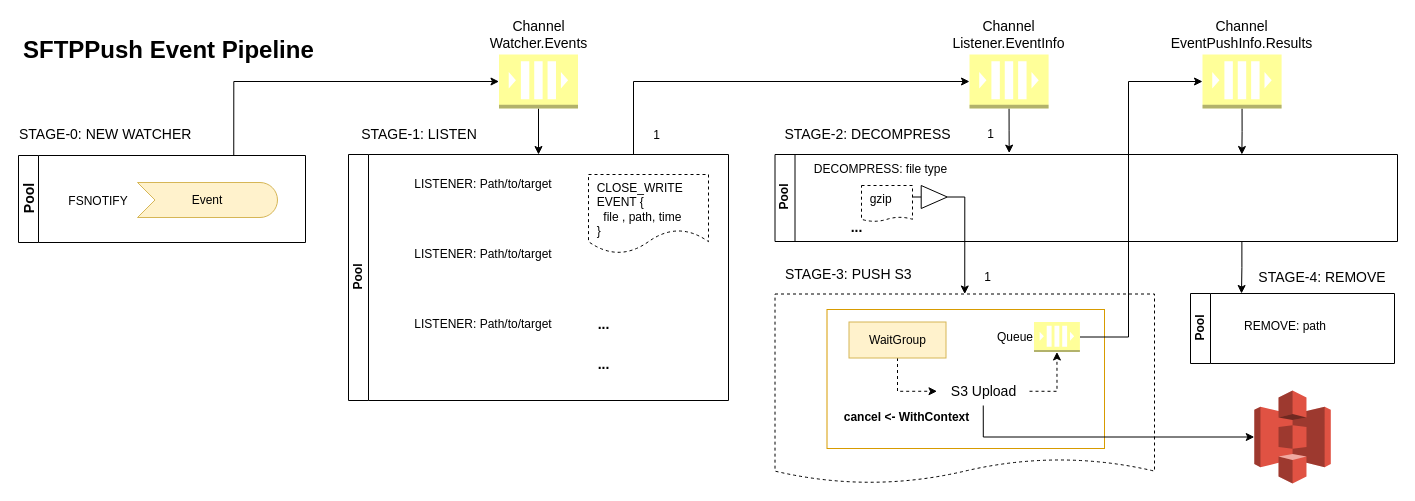
This is images/sftppush_concurrency_design.drawio from olmax99/sftp-push, a draw.io file, before an edit. Source tidied: cells renumbered, new cells numbered last; positions are measured from the earlier drawing's top-left corner, leaving out a move shared by most shapes. Both pictures are drawn from the tidied source at 100%, with x=0, y=0 at pixel (17, 30).
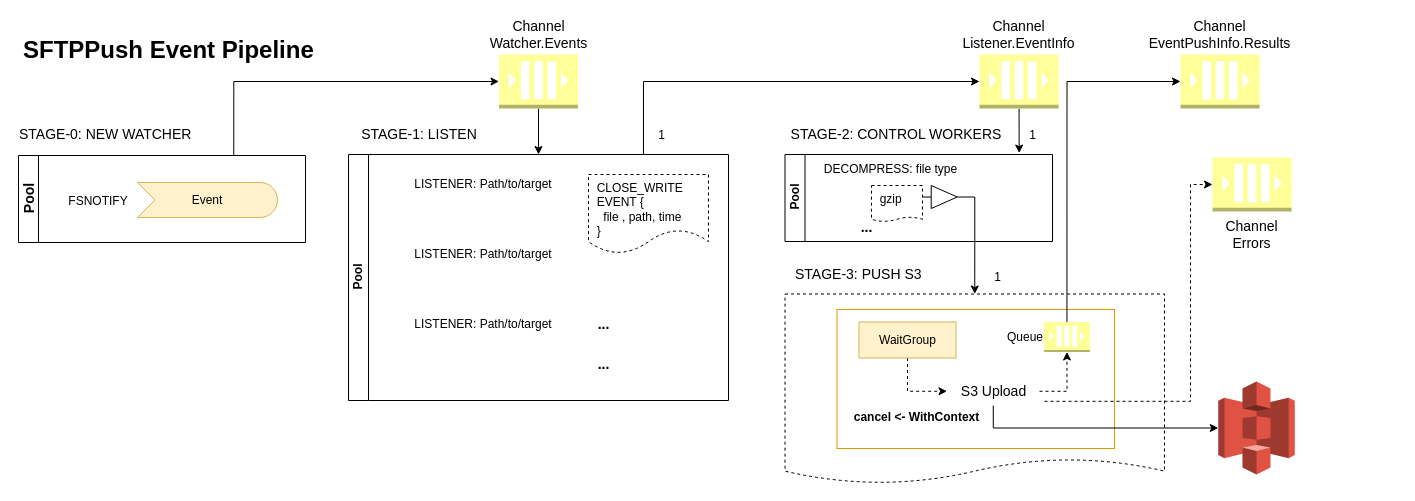
After the change.

The change refers to these unchanged cells:
```xml
<mxCell id="5" value="Pool" style="swimlane;html=1;horizontal=0;startSize=20;" parent="1" vertex="1">
  <mxGeometry x="331" y="124" width="380" height="246" as="geometry" />
</mxCell>
<mxCell id="32" style="verticalLabelPosition=bottom;shadow=0;dashed=0;align=center;html=1;verticalAlign=top;shape=mxgraph.electrical.logic_gates.buffer2;fontSize=14;" parent="29" vertex="1">
  <mxGeometry x="137.5" y="31" width="43.5" height="23" as="geometry" />
</mxCell>
```

Change to the diagram source:
```diff
@@
     <mxCell id="2" style="shape=document;whiteSpace=wrap;html=1;boundedLbl=1;align=left;dashed=1;size=0.1306175061550093;" parent="1" vertex="1">
-      <mxGeometry x="757.5" y="263.5" width="379.5" height="189.5" as="geometry" />
+      <mxGeometry x="767.5" y="263.5" width="379.5" height="189.5" as="geometry" />
     </mxCell>
     <mxCell id="3" style="rounded=0;whiteSpace=wrap;html=1;align=left;strokeColor=#d79b00;fillColor=none;" parent="1" vertex="1">
-      <mxGeometry x="809.5" y="279" width="277.5" height="139" as="geometry" />
+      <mxGeometry x="819.5" y="279" width="277.5" height="139" as="geometry" />
     </mxCell>
-    <mxCell id="4" style="edgeStyle=orthogonalEdgeStyle;rounded=0;jettySize=auto;html=1;exitX=0.75;exitY=0;exitDx=0;exitDy=0;entryX=0;entryY=0.5;entryDx=0;entryDy=0;entryPerimeter=0;fontSize=14;" parent="1" edge="1" source="5" target="13">
-      <mxGeometry relative="1" as="geometry" />
+    <mxCell id="4" style="edgeStyle=orthogonalEdgeStyle;rounded=0;jettySize=auto;html=1;exitX=0.75;exitY=0;exitDx=0;exitDy=0;entryX=0;entryY=0.5;entryDx=0;entryDy=0;entryPerimeter=0;fontSize=14;" parent="1" edge="1" target="13">
+      <mxGeometry relative="1" as="geometry">
+        <mxPoint x="626" y="124" as="sourcePoint" />
+        <Array as="points">
+          <mxPoint x="626" y="51" />
+        </Array>
+      </mxGeometry>
     </mxCell>
@@
     <mxCell id="12" style="edgeStyle=orthogonalEdgeStyle;rounded=0;jettySize=auto;html=1;exitX=0.5;exitY=1;exitDx=0;exitDy=0;exitPerimeter=0;" parent="1" edge="1" source="13">
       <mxGeometry relative="1" as="geometry">
-        <mxPoint x="991.7" y="122.6" as="targetPoint" />
+        <mxPoint x="1001.7" y="122.6" as="targetPoint" />
       </mxGeometry>
     </mxCell>
     <mxCell id="13" value="Channel Listener.EventInfo" style="outlineConnect=0;dashed=0;verticalLabelPosition=top;verticalAlign=bottom;align=center;html=1;shape=mxgraph.aws3.queue;gradientColor=none;fillColor=#FFFF99;labelPosition=center;whiteSpace=wrap;fontSize=14;" parent="1" vertex="1">
-      <mxGeometry x="952" y="24" width="79.1" height="54" as="geometry" />
+      <mxGeometry x="962" y="24" width="79.1" height="54" as="geometry" />
     </mxCell>
@@
-    <mxCell id="16" style="edgeStyle=orthogonalEdgeStyle;rounded=0;jettySize=auto;html=1;exitX=1;exitY=0.5;exitDx=0;exitDy=0;exitPerimeter=0;entryX=0;entryY=0.5;entryDx=0;entryDy=0;entryPerimeter=0;" parent="1" edge="1" source="17" target="39">
-      <mxGeometry relative="1" as="geometry">
-        <Array as="points">
-          <mxPoint x="1111" y="307" />
-          <mxPoint x="1111" y="51" />
-        </Array>
-      </mxGeometry>
+    <mxCell id="16" style="edgeStyle=orthogonalEdgeStyle;rounded=0;jettySize=auto;html=1;exitX=0.5;exitY=0;exitDx=0;exitDy=0;exitPerimeter=0;entryX=0;entryY=0.5;entryDx=0;entryDy=0;entryPerimeter=0;" parent="1" edge="1" source="17" target="39">
+      <mxGeometry relative="1" as="geometry" />
     </mxCell>
     <mxCell id="17" value="Queue" style="outlineConnect=0;dashed=0;verticalLabelPosition=middle;verticalAlign=middle;align=right;html=1;shape=mxgraph.aws3.queue;gradientColor=none;fillColor=#FFFF99;labelPosition=left;" parent="1" vertex="1">
-      <mxGeometry x="1016.5" y="291.5" width="45.9" height="30" as="geometry" />
+      <mxGeometry x="1026.5" y="291.5" width="45.9" height="30" as="geometry" />
     </mxCell>
     <mxCell id="18" value="STAGE-3: PUSH S3" style="text;html=1;strokeColor=none;fillColor=none;align=left;verticalAlign=middle;whiteSpace=wrap;rounded=0;dashed=1;fontSize=14;" parent="1" vertex="1">
-      <mxGeometry x="765.5" y="234" width="159" height="20" as="geometry" />
+      <mxGeometry x="775.5" y="234" width="159" height="20" as="geometry" />
     </mxCell>
@@
     <mxCell id="21" value="WaitGroup" style="text;html=1;strokeColor=#d6b656;fillColor=#fff2cc;align=center;verticalAlign=middle;whiteSpace=wrap;rounded=0;" parent="1" vertex="1">
-      <mxGeometry x="831.5" y="291.5" width="97" height="36" as="geometry" />
+      <mxGeometry x="841.5" y="291.5" width="97" height="36" as="geometry" />
     </mxCell>
@@
-    <mxCell id="28" style="edgeStyle=orthogonalEdgeStyle;rounded=0;jettySize=auto;html=1;exitX=0.75;exitY=1;exitDx=0;exitDy=0;entryX=0.25;entryY=0;entryDx=0;entryDy=0;" parent="1" edge="1" source="29" target="43">
-      <mxGeometry relative="1" as="geometry" />
-    </mxCell>
     <mxCell id="29" value="Pool" style="swimlane;html=1;horizontal=0;startSize=20;" parent="1" vertex="1">
-      <mxGeometry x="757.5" y="124" width="622.5" height="87" as="geometry" />
+      <mxGeometry x="767.5" y="124" width="267.5" height="87" as="geometry" />
     </mxCell>
@@
-    <mxCell id="34" value="STAGE-2: DECOMPRESS" style="text;html=1;strokeColor=none;fillColor=none;align=center;verticalAlign=middle;whiteSpace=wrap;rounded=0;dashed=1;fontSize=14;" parent="1" vertex="1">
-      <mxGeometry x="757.5" y="94" width="185.1" height="20" as="geometry" />
+    <mxCell id="34" value="STAGE-2: CONTROL WORKERS" style="text;html=1;strokeColor=none;fillColor=none;align=center;verticalAlign=middle;whiteSpace=wrap;rounded=0;dashed=1;fontSize=14;" parent="1" vertex="1">
+      <mxGeometry x="767.5" y="94" width="221.5" height="20" as="geometry" />
     </mxCell>
@@
     <mxCell id="36" style="edgeStyle=orthogonalEdgeStyle;rounded=0;jettySize=auto;html=1;exitX=0.5;exitY=1;exitDx=0;exitDy=0;entryX=0;entryY=0.5;entryDx=0;entryDy=0;entryPerimeter=0;" parent="1" edge="1" source="37" target="40">
       <mxGeometry relative="1" as="geometry">
         <Array as="points">
-          <mxPoint x="966" y="407" />
+          <mxPoint x="976" y="398" />
         </Array>
       </mxGeometry>
     </mxCell>
     <mxCell id="37" value="S3 Upload" style="text;html=1;strokeColor=none;fillColor=none;align=center;verticalAlign=middle;whiteSpace=wrap;rounded=0;fontSize=14;" parent="1" vertex="1">
-      <mxGeometry x="919.5" y="346.5" width="92.5" height="28.5" as="geometry" />
+      <mxGeometry x="929.5" y="346.5" width="92.5" height="28.5" as="geometry" />
     </mxCell>
-    <mxCell id="38" style="edgeStyle=orthogonalEdgeStyle;rounded=0;jettySize=auto;html=1;exitX=0.5;exitY=1;exitDx=0;exitDy=0;exitPerimeter=0;entryX=0.75;entryY=0;entryDx=0;entryDy=0;" parent="1" edge="1" source="39" target="29">
-      <mxGeometry relative="1" as="geometry" />
-    </mxCell>
     <mxCell id="39" value="Channel EventPushInfo.Results" style="outlineConnect=0;dashed=0;verticalLabelPosition=top;verticalAlign=bottom;align=center;html=1;shape=mxgraph.aws3.queue;gradientColor=none;fillColor=#FFFF99;labelPosition=center;whiteSpace=wrap;fontSize=14;" parent="1" vertex="1">
-      <mxGeometry x="1185" y="24" width="79.1" height="54" as="geometry" />
+      <mxGeometry x="1163" y="24" width="79.1" height="54" as="geometry" />
     </mxCell>
     <mxCell id="40" style="outlineConnect=0;dashed=0;verticalLabelPosition=bottom;verticalAlign=top;align=center;html=1;shape=mxgraph.aws3.s3;fillColor=#E05243;gradientColor=none;fontSize=14;" parent="1" vertex="1">
-      <mxGeometry x="1236.8" y="360" width="76.5" height="93" as="geometry" />
+      <mxGeometry x="1200.8" y="351" width="76.5" height="93" as="geometry" />
     </mxCell>
     <mxCell id="41" value="&lt;b&gt;cancel &amp;lt;- WithContext&lt;/b&gt;" style="text;html=1;strokeColor=none;fillColor=none;align=center;verticalAlign=middle;whiteSpace=wrap;rounded=0;" parent="1" vertex="1">
-      <mxGeometry x="825" y="377" width="129" height="20" as="geometry" />
+      <mxGeometry x="835" y="377" width="129" height="20" as="geometry" />
     </mxCell>
     <mxCell id="42" style="edgeStyle=orthogonalEdgeStyle;rounded=0;jettySize=auto;html=1;exitX=1;exitY=0.5;exitDx=0;exitDy=0;entryX=0.5;entryY=0;entryDx=0;entryDy=0;" parent="1" edge="1" source="32" target="2">
       <mxGeometry relative="1" as="geometry">
         <Array as="points">
-          <mxPoint x="947" y="167" />
+          <mxPoint x="957" y="167" />
         </Array>
       </mxGeometry>
     </mxCell>
-    <mxCell id="43" value="Pool" style="swimlane;html=1;horizontal=0;startSize=20;" parent="1" vertex="1">
-      <mxGeometry x="1173" y="263" width="204" height="70" as="geometry" />
-    </mxCell>
-    <mxCell id="44" value="REMOVE: path" style="text;html=1;strokeColor=none;fillColor=none;align=center;verticalAlign=middle;whiteSpace=wrap;rounded=0;dashed=1;" parent="43" vertex="1">
-      <mxGeometry x="26" y="23" width="138" height="20" as="geometry" />
-    </mxCell>
-    <mxCell id="45" value="STAGE-4: REMOVE" style="text;html=1;strokeColor=none;fillColor=none;align=center;verticalAlign=middle;whiteSpace=wrap;rounded=0;dashed=1;fontSize=14;" parent="1" vertex="1">
-      <mxGeometry x="1237" y="237" width="136.1" height="20" as="geometry" />
-    </mxCell>
     <mxCell id="46" value="1" style="text;html=1;strokeColor=none;fillColor=none;align=center;verticalAlign=middle;whiteSpace=wrap;rounded=0;" parent="1" vertex="1">
-      <mxGeometry x="626" y="95" width="27" height="20" as="geometry" />
+      <mxGeometry x="631" y="95" width="27" height="20" as="geometry" />
     </mxCell>
     <mxCell id="47" value="1" style="text;html=1;strokeColor=none;fillColor=none;align=center;verticalAlign=middle;whiteSpace=wrap;rounded=0;" parent="1" vertex="1">
-      <mxGeometry x="960.1" y="94" width="27" height="20" as="geometry" />
+      <mxGeometry x="1002" y="95" width="27" height="20" as="geometry" />
     </mxCell>
     <mxCell id="48" value="1" style="text;html=1;strokeColor=none;fillColor=none;align=center;verticalAlign=middle;whiteSpace=wrap;rounded=0;" parent="1" vertex="1">
-      <mxGeometry x="957" y="237" width="27" height="20" as="geometry" />
+      <mxGeometry x="967" y="237" width="27" height="20" as="geometry" />
     </mxCell>
+    <mxCell id="49" value="Channel Errors" style="outlineConnect=0;dashed=0;verticalLabelPosition=bottom;verticalAlign=top;align=center;html=1;shape=mxgraph.aws3.queue;gradientColor=none;fillColor=#FFFF99;labelPosition=center;whiteSpace=wrap;fontSize=14;" parent="1" vertex="1">
+      <mxGeometry x="1195" y="127" width="79.1" height="54" as="geometry" />
+    </mxCell>
+    <mxCell id="50" style="edgeStyle=orthogonalEdgeStyle;rounded=0;jettySize=auto;html=1;exitX=1;exitY=0.5;exitDx=0;exitDy=0;entryX=0;entryY=0.5;entryDx=0;entryDy=0;entryPerimeter=0;dashed=1;fontSize=14;" parent="1" edge="1" target="49">
+      <mxGeometry relative="1" as="geometry">
+        <mxPoint x="1027" y="370.8" as="sourcePoint" />
+        <Array as="points">
+          <mxPoint x="1173" y="371" />
+          <mxPoint x="1173" y="154" />
+        </Array>
+      </mxGeometry>
+    </mxCell>
```
